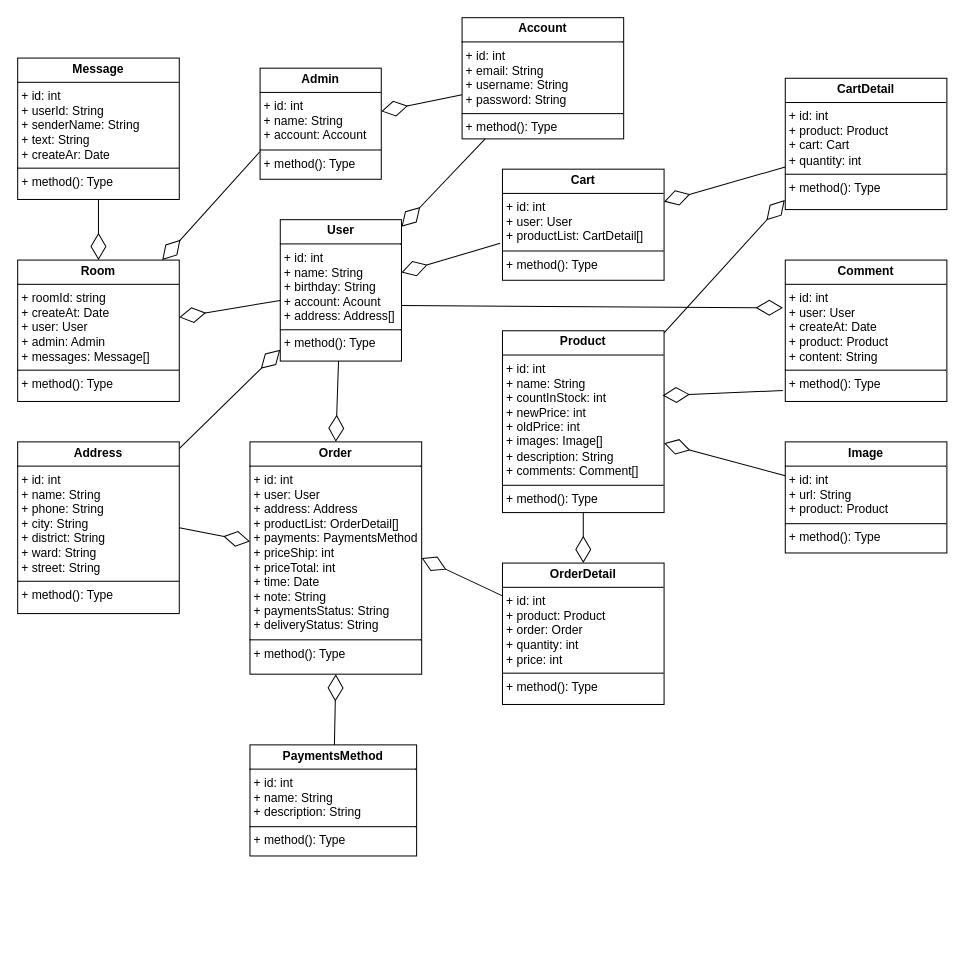
The draw.io diagram Biểu đồ không có tiêu đề.drawio in NhatBui029/backend-ecommerce-react_native, before the edit. Source tidied: cells renumbered, new cells numbered last; positions are measured from the earlier drawing's top-left corner, leaving out a move shared by most shapes. Both pictures are drawn from the tidied source at 101%, with x=0, y=0 at pixel (17, 17).
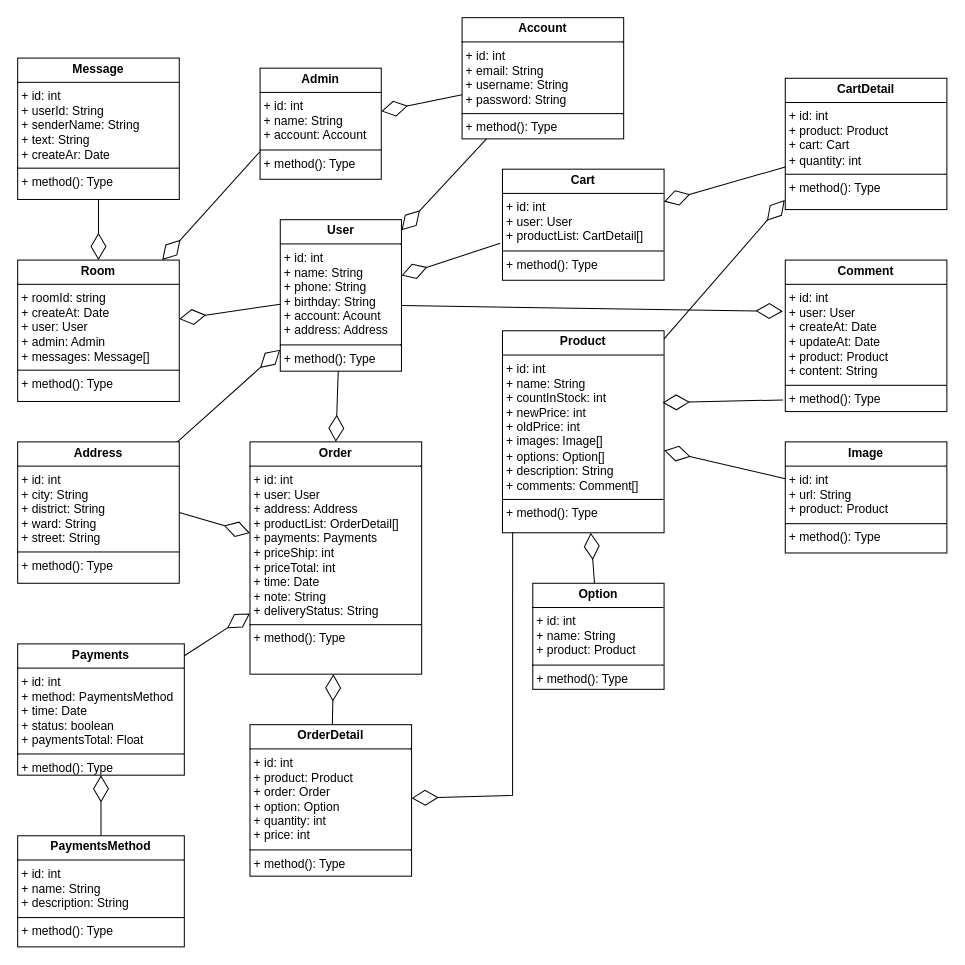
Above is the later version.

Commit message:
Cập nhật Biểu đồ không có tiêu đề.drawio

The edit, as a diff of the source:
```diff
@@
-    <mxCell id="2" value="&lt;p style=&quot;margin:0px;margin-top:4px;text-align:center;&quot;&gt;&lt;b&gt;User&lt;/b&gt;&lt;/p&gt;&lt;hr size=&quot;1&quot; style=&quot;border-style:solid;&quot;&gt;&lt;p style=&quot;margin:0px;margin-left:4px;&quot;&gt;+ id: int&lt;/p&gt;&lt;p style=&quot;margin:0px;margin-left:4px;&quot;&gt;+ name: String&lt;/p&gt;&lt;p style=&quot;margin:0px;margin-left:4px;&quot;&gt;+ birthday: String&lt;/p&gt;&lt;p style=&quot;margin:0px;margin-left:4px;&quot;&gt;+ account: Acount&lt;/p&gt;&lt;p style=&quot;margin:0px;margin-left:4px;&quot;&gt;+ address: Address[]&lt;/p&gt;&lt;hr size=&quot;1&quot; style=&quot;border-style:solid;&quot;&gt;&lt;p style=&quot;margin:0px;margin-left:4px;&quot;&gt;+ method(): Type&lt;/p&gt;" style="verticalAlign=top;align=left;overflow=fill;html=1;whiteSpace=wrap;" parent="1" vertex="1">
-      <mxGeometry x="260" y="200" width="120" height="140" as="geometry" />
+    <mxCell id="2" value="&lt;p style=&quot;margin:0px;margin-top:4px;text-align:center;&quot;&gt;&lt;b&gt;User&lt;/b&gt;&lt;/p&gt;&lt;hr size=&quot;1&quot; style=&quot;border-style:solid;&quot;&gt;&lt;p style=&quot;margin:0px;margin-left:4px;&quot;&gt;+ id: int&lt;/p&gt;&lt;p style=&quot;margin: 0px 0px 0px 4px;&quot;&gt;+ name: String&lt;/p&gt;&lt;p style=&quot;margin: 0px 0px 0px 4px;&quot;&gt;+ phone: String&lt;/p&gt;&lt;p style=&quot;margin:0px;margin-left:4px;&quot;&gt;&lt;span style=&quot;background-color: initial;&quot;&gt;+ birthday: String&lt;/span&gt;&lt;br&gt;&lt;/p&gt;&lt;p style=&quot;margin:0px;margin-left:4px;&quot;&gt;+ account: Acount&lt;/p&gt;&lt;p style=&quot;margin:0px;margin-left:4px;&quot;&gt;+ address: Address&lt;/p&gt;&lt;hr size=&quot;1&quot; style=&quot;border-style:solid;&quot;&gt;&lt;p style=&quot;margin:0px;margin-left:4px;&quot;&gt;+ method(): Type&lt;/p&gt;" style="verticalAlign=top;align=left;overflow=fill;html=1;whiteSpace=wrap;" parent="1" vertex="1">
+      <mxGeometry x="260" y="200" width="120" height="150" as="geometry" />
     </mxCell>
@@
-    <mxCell id="5" value="&lt;p style=&quot;margin:0px;margin-top:4px;text-align:center;&quot;&gt;&lt;b&gt;Product&lt;/b&gt;&lt;/p&gt;&lt;hr size=&quot;1&quot; style=&quot;border-style:solid;&quot;&gt;&lt;p style=&quot;margin:0px;margin-left:4px;&quot;&gt;+ id: int&lt;/p&gt;&lt;p style=&quot;margin:0px;margin-left:4px;&quot;&gt;+ name: String&lt;/p&gt;&lt;p style=&quot;margin:0px;margin-left:4px;&quot;&gt;+ countInStock: int&lt;/p&gt;&lt;p style=&quot;margin:0px;margin-left:4px;&quot;&gt;+ newPrice: int&lt;/p&gt;&lt;p style=&quot;margin:0px;margin-left:4px;&quot;&gt;+ oldPrice: int&lt;/p&gt;&lt;p style=&quot;margin:0px;margin-left:4px;&quot;&gt;+ images: Image[]&lt;/p&gt;&lt;p style=&quot;margin:0px;margin-left:4px;&quot;&gt;+ description: String&lt;/p&gt;&lt;p style=&quot;margin:0px;margin-left:4px;&quot;&gt;+ comments: Comment[]&lt;/p&gt;&lt;hr size=&quot;1&quot; style=&quot;border-style:solid;&quot;&gt;&lt;p style=&quot;margin:0px;margin-left:4px;&quot;&gt;+ method(): Type&lt;/p&gt;" style="verticalAlign=top;align=left;overflow=fill;html=1;whiteSpace=wrap;" parent="1" vertex="1">
-      <mxGeometry x="480" y="310" width="160" height="180" as="geometry" />
+    <mxCell id="5" value="&lt;p style=&quot;margin:0px;margin-top:4px;text-align:center;&quot;&gt;&lt;b&gt;Product&lt;/b&gt;&lt;/p&gt;&lt;hr size=&quot;1&quot; style=&quot;border-style:solid;&quot;&gt;&lt;p style=&quot;margin:0px;margin-left:4px;&quot;&gt;+ id: int&lt;/p&gt;&lt;p style=&quot;margin:0px;margin-left:4px;&quot;&gt;+ name: String&lt;/p&gt;&lt;p style=&quot;margin:0px;margin-left:4px;&quot;&gt;+ countInStock: int&lt;/p&gt;&lt;p style=&quot;margin:0px;margin-left:4px;&quot;&gt;+ newPrice: int&lt;/p&gt;&lt;p style=&quot;margin:0px;margin-left:4px;&quot;&gt;+ oldPrice: int&lt;/p&gt;&lt;p style=&quot;margin:0px;margin-left:4px;&quot;&gt;+ images: Image[]&lt;/p&gt;&lt;p style=&quot;margin:0px;margin-left:4px;&quot;&gt;+ options: Option[]&lt;/p&gt;&lt;p style=&quot;margin:0px;margin-left:4px;&quot;&gt;+ description: String&lt;/p&gt;&lt;p style=&quot;margin:0px;margin-left:4px;&quot;&gt;+ comments: Comment[]&lt;/p&gt;&lt;hr size=&quot;1&quot; style=&quot;border-style:solid;&quot;&gt;&lt;p style=&quot;margin:0px;margin-left:4px;&quot;&gt;+ method(): Type&lt;/p&gt;" style="verticalAlign=top;align=left;overflow=fill;html=1;whiteSpace=wrap;" parent="1" vertex="1">
+      <mxGeometry x="480" y="310" width="160" height="200" as="geometry" />
     </mxCell>
@@
-    <mxCell id="7" value="&lt;p style=&quot;margin:0px;margin-top:4px;text-align:center;&quot;&gt;&lt;b&gt;Order&lt;/b&gt;&lt;/p&gt;&lt;hr size=&quot;1&quot; style=&quot;border-style:solid;&quot;&gt;&lt;p style=&quot;margin:0px;margin-left:4px;&quot;&gt;+ id: int&lt;/p&gt;&lt;p style=&quot;margin:0px;margin-left:4px;&quot;&gt;+ user: User&lt;/p&gt;&lt;p style=&quot;margin:0px;margin-left:4px;&quot;&gt;+ address: Address&lt;/p&gt;&lt;p style=&quot;margin:0px;margin-left:4px;&quot;&gt;+ productList: OrderDetail[]&lt;/p&gt;&lt;p style=&quot;margin:0px;margin-left:4px;&quot;&gt;+ payments: PaymentsMethod&lt;/p&gt;&lt;p style=&quot;margin:0px;margin-left:4px;&quot;&gt;+ priceShip: int&lt;/p&gt;&lt;p style=&quot;margin:0px;margin-left:4px;&quot;&gt;+ priceTotal: int&lt;/p&gt;&lt;p style=&quot;margin:0px;margin-left:4px;&quot;&gt;+ time: Date&lt;/p&gt;&lt;p style=&quot;margin:0px;margin-left:4px;&quot;&gt;+ note: String&lt;/p&gt;&lt;p style=&quot;margin:0px;margin-left:4px;&quot;&gt;+ paymentsStatus: String&lt;/p&gt;&lt;p style=&quot;margin:0px;margin-left:4px;&quot;&gt;+ deliveryStatus: String&lt;/p&gt;&lt;hr size=&quot;1&quot; style=&quot;border-style:solid;&quot;&gt;&lt;p style=&quot;margin:0px;margin-left:4px;&quot;&gt;+ method(): Type&lt;/p&gt;" style="verticalAlign=top;align=left;overflow=fill;html=1;whiteSpace=wrap;" parent="1" vertex="1">
+    <mxCell id="7" value="&lt;p style=&quot;margin:0px;margin-top:4px;text-align:center;&quot;&gt;&lt;b&gt;Order&lt;/b&gt;&lt;/p&gt;&lt;hr size=&quot;1&quot; style=&quot;border-style:solid;&quot;&gt;&lt;p style=&quot;margin:0px;margin-left:4px;&quot;&gt;+ id: int&lt;/p&gt;&lt;p style=&quot;margin:0px;margin-left:4px;&quot;&gt;+ user: User&lt;/p&gt;&lt;p style=&quot;margin:0px;margin-left:4px;&quot;&gt;+ address: Address&lt;/p&gt;&lt;p style=&quot;margin:0px;margin-left:4px;&quot;&gt;+ productList: OrderDetail[]&lt;/p&gt;&lt;p style=&quot;margin:0px;margin-left:4px;&quot;&gt;+ payments: Payments&lt;/p&gt;&lt;p style=&quot;margin:0px;margin-left:4px;&quot;&gt;+ priceShip: int&lt;/p&gt;&lt;p style=&quot;margin:0px;margin-left:4px;&quot;&gt;+ priceTotal: int&lt;/p&gt;&lt;p style=&quot;margin:0px;margin-left:4px;&quot;&gt;+ time: Date&lt;/p&gt;&lt;p style=&quot;margin:0px;margin-left:4px;&quot;&gt;+ note: String&lt;/p&gt;&lt;p style=&quot;margin:0px;margin-left:4px;&quot;&gt;+ deliveryStatus: String&lt;/p&gt;&lt;hr size=&quot;1&quot; style=&quot;border-style:solid;&quot;&gt;&lt;p style=&quot;margin:0px;margin-left:4px;&quot;&gt;+ method(): Type&lt;/p&gt;" style="verticalAlign=top;align=left;overflow=fill;html=1;whiteSpace=wrap;" parent="1" vertex="1">
       <mxGeometry x="230" y="420" width="170" height="230" as="geometry" />
     </mxCell>
-    <mxCell id="8" value="&lt;p style=&quot;margin:0px;margin-top:4px;text-align:center;&quot;&gt;&lt;b&gt;Address&lt;/b&gt;&lt;/p&gt;&lt;hr size=&quot;1&quot; style=&quot;border-style:solid;&quot;&gt;&lt;p style=&quot;margin:0px;margin-left:4px;&quot;&gt;+ id: int&lt;/p&gt;&lt;p style=&quot;margin:0px;margin-left:4px;&quot;&gt;+ name: String&lt;/p&gt;&lt;p style=&quot;margin:0px;margin-left:4px;&quot;&gt;+ phone: String&lt;/p&gt;&lt;p style=&quot;margin:0px;margin-left:4px;&quot;&gt;+ city: String&lt;/p&gt;&lt;p style=&quot;margin:0px;margin-left:4px;&quot;&gt;+ district: String&lt;/p&gt;&lt;p style=&quot;margin:0px;margin-left:4px;&quot;&gt;+ ward: String&lt;/p&gt;&lt;p style=&quot;margin:0px;margin-left:4px;&quot;&gt;+ street: String&lt;/p&gt;&lt;hr size=&quot;1&quot; style=&quot;border-style:solid;&quot;&gt;&lt;p style=&quot;margin:0px;margin-left:4px;&quot;&gt;+ method(): Type&lt;/p&gt;" style="verticalAlign=top;align=left;overflow=fill;html=1;whiteSpace=wrap;" parent="1" vertex="1">
-      <mxGeometry y="420" width="160" height="170" as="geometry" />
+    <mxCell id="8" value="&lt;p style=&quot;margin:0px;margin-top:4px;text-align:center;&quot;&gt;&lt;b&gt;Address&lt;/b&gt;&lt;/p&gt;&lt;hr size=&quot;1&quot; style=&quot;border-style:solid;&quot;&gt;&lt;p style=&quot;margin:0px;margin-left:4px;&quot;&gt;+ id: int&lt;/p&gt;&lt;p style=&quot;margin:0px;margin-left:4px;&quot;&gt;+ city: String&lt;/p&gt;&lt;p style=&quot;margin:0px;margin-left:4px;&quot;&gt;+ district: String&lt;/p&gt;&lt;p style=&quot;margin:0px;margin-left:4px;&quot;&gt;+ ward: String&lt;/p&gt;&lt;p style=&quot;margin:0px;margin-left:4px;&quot;&gt;+ street: String&lt;/p&gt;&lt;hr size=&quot;1&quot; style=&quot;border-style:solid;&quot;&gt;&lt;p style=&quot;margin:0px;margin-left:4px;&quot;&gt;+ method(): Type&lt;/p&gt;" style="verticalAlign=top;align=left;overflow=fill;html=1;whiteSpace=wrap;" parent="1" vertex="1">
+      <mxGeometry y="420" width="160" height="140" as="geometry" />
     </mxCell>
-    <mxCell id="9" value="&lt;p style=&quot;margin:0px;margin-top:4px;text-align:center;&quot;&gt;&lt;b&gt;OrderDetail&lt;/b&gt;&lt;/p&gt;&lt;hr size=&quot;1&quot; style=&quot;border-style:solid;&quot;&gt;&lt;p style=&quot;margin:0px;margin-left:4px;&quot;&gt;+ id: int&lt;/p&gt;&lt;p style=&quot;margin:0px;margin-left:4px;&quot;&gt;+ product: Product&lt;/p&gt;&lt;p style=&quot;margin:0px;margin-left:4px;&quot;&gt;+ order: Order&lt;/p&gt;&lt;p style=&quot;margin:0px;margin-left:4px;&quot;&gt;+ quantity: int&lt;/p&gt;&lt;p style=&quot;margin:0px;margin-left:4px;&quot;&gt;+ price: int&lt;/p&gt;&lt;hr size=&quot;1&quot; style=&quot;border-style:solid;&quot;&gt;&lt;p style=&quot;margin:0px;margin-left:4px;&quot;&gt;+ method(): Type&lt;/p&gt;" style="verticalAlign=top;align=left;overflow=fill;html=1;whiteSpace=wrap;" parent="1" vertex="1">
-      <mxGeometry x="480" y="540" width="160" height="140" as="geometry" />
+    <mxCell id="9" value="&lt;p style=&quot;margin:0px;margin-top:4px;text-align:center;&quot;&gt;&lt;b&gt;OrderDetail&lt;/b&gt;&lt;/p&gt;&lt;hr size=&quot;1&quot; style=&quot;border-style:solid;&quot;&gt;&lt;p style=&quot;margin:0px;margin-left:4px;&quot;&gt;+ id: int&lt;/p&gt;&lt;p style=&quot;margin:0px;margin-left:4px;&quot;&gt;+ product: Product&lt;/p&gt;&lt;p style=&quot;margin:0px;margin-left:4px;&quot;&gt;+ order: Order&lt;/p&gt;&lt;p style=&quot;margin:0px;margin-left:4px;&quot;&gt;+ option: Option&lt;/p&gt;&lt;p style=&quot;margin:0px;margin-left:4px;&quot;&gt;+ quantity: int&lt;/p&gt;&lt;p style=&quot;margin:0px;margin-left:4px;&quot;&gt;+ price: int&lt;/p&gt;&lt;hr size=&quot;1&quot; style=&quot;border-style:solid;&quot;&gt;&lt;p style=&quot;margin:0px;margin-left:4px;&quot;&gt;+ method(): Type&lt;/p&gt;" style="verticalAlign=top;align=left;overflow=fill;html=1;whiteSpace=wrap;" parent="1" vertex="1">
+      <mxGeometry x="230" y="700" width="160" height="150" as="geometry" />
     </mxCell>
@@
-    <mxCell id="16" style="endArrow=diamondThin;endFill=0;endSize=24;html=1;rounded=0;exitX=0.5;exitY=1;exitDx=0;exitDy=0;" parent="1" edge="1" source="5" target="9">
-      <mxGeometry relative="1" as="geometry" />
+    <mxCell id="16" style="endArrow=diamondThin;endFill=0;endSize=24;html=1;rounded=0;exitX=0.063;exitY=0.998;exitDx=0;exitDy=0;exitPerimeter=0;" parent="1" edge="1" source="5" target="9">
+      <mxGeometry relative="1" as="geometry">
+        <Array as="points">
+          <mxPoint x="490" y="770" />
+        </Array>
+      </mxGeometry>
     </mxCell>
-    <mxCell id="17" style="endArrow=diamondThin;endFill=0;endSize=24;html=1;rounded=0;entryX=1;entryY=0.5;entryDx=0;entryDy=0;" parent="1" edge="1" source="9" target="7">
+    <mxCell id="17" style="endArrow=diamondThin;endFill=0;endSize=24;html=1;rounded=0;" parent="1" edge="1" source="9" target="7">
       <mxGeometry relative="1" as="geometry" />
     </mxCell>
@@
-    <mxCell id="28" value="&lt;p style=&quot;margin:0px;margin-top:4px;text-align:center;&quot;&gt;&lt;b&gt;PaymentsMethod&lt;/b&gt;&lt;/p&gt;&lt;hr size=&quot;1&quot; style=&quot;border-style:solid;&quot;&gt;&lt;p style=&quot;margin:0px;margin-left:4px;&quot;&gt;+ id: int&lt;/p&gt;&lt;p style=&quot;margin:0px;margin-left:4px;&quot;&gt;+ name: String&lt;/p&gt;&lt;p style=&quot;margin:0px;margin-left:4px;&quot;&gt;+ description: String&lt;/p&gt;&lt;hr size=&quot;1&quot; style=&quot;border-style:solid;&quot;&gt;&lt;p style=&quot;margin:0px;margin-left:4px;&quot;&gt;+ method(): Type&lt;/p&gt;" style="verticalAlign=top;align=left;overflow=fill;html=1;whiteSpace=wrap;" parent="1" vertex="1">
-      <mxGeometry x="230" y="720" width="165" height="110" as="geometry" />
+    <mxCell id="28" value="&lt;p style=&quot;margin:0px;margin-top:4px;text-align:center;&quot;&gt;&lt;b&gt;Payments&lt;/b&gt;&lt;/p&gt;&lt;hr size=&quot;1&quot; style=&quot;border-style:solid;&quot;&gt;&lt;p style=&quot;margin:0px;margin-left:4px;&quot;&gt;+ id: int&lt;/p&gt;&lt;p style=&quot;margin:0px;margin-left:4px;&quot;&gt;+ method: PaymentsMethod&lt;/p&gt;&lt;p style=&quot;margin:0px;margin-left:4px;&quot;&gt;+ time: Date&lt;/p&gt;&lt;p style=&quot;margin:0px;margin-left:4px;&quot;&gt;+ status: boolean&lt;br&gt;&lt;/p&gt;&lt;p style=&quot;margin:0px;margin-left:4px;&quot;&gt;+ paymentsTotal: Float&lt;/p&gt;&lt;hr size=&quot;1&quot; style=&quot;border-style:solid;&quot;&gt;&lt;p style=&quot;margin:0px;margin-left:4px;&quot;&gt;+ method(): Type&lt;/p&gt;" style="verticalAlign=top;align=left;overflow=fill;html=1;whiteSpace=wrap;" parent="1" vertex="1">
+      <mxGeometry y="620" width="165" height="130" as="geometry" />
     </mxCell>
-    <mxCell id="29" style="endArrow=diamondThin;endFill=0;endSize=24;html=1;rounded=0;entryX=0.5;entryY=1;entryDx=0;entryDy=0;" parent="1" edge="1" source="28" target="7">
+    <mxCell id="29" style="endArrow=diamondThin;endFill=0;endSize=24;html=1;rounded=0;" parent="1" edge="1" source="28" target="7">
       <mxGeometry relative="1" as="geometry" />
     </mxCell>
-    <mxCell id="30" value="&lt;p style=&quot;margin:0px;margin-top:4px;text-align:center;&quot;&gt;&lt;b&gt;Comment&lt;/b&gt;&lt;/p&gt;&lt;hr size=&quot;1&quot; style=&quot;border-style:solid;&quot;&gt;&lt;p style=&quot;margin:0px;margin-left:4px;&quot;&gt;+ id: int&lt;/p&gt;&lt;p style=&quot;margin:0px;margin-left:4px;&quot;&gt;+ user: User&lt;/p&gt;&lt;p style=&quot;margin:0px;margin-left:4px;&quot;&gt;+ createAt: Date&lt;/p&gt;&lt;p style=&quot;margin:0px;margin-left:4px;&quot;&gt;+ product: Product&lt;/p&gt;&lt;p style=&quot;margin:0px;margin-left:4px;&quot;&gt;+ content: String&lt;/p&gt;&lt;hr size=&quot;1&quot; style=&quot;border-style:solid;&quot;&gt;&lt;p style=&quot;margin:0px;margin-left:4px;&quot;&gt;+ method(): Type&lt;/p&gt;" style="verticalAlign=top;align=left;overflow=fill;html=1;whiteSpace=wrap;" parent="1" vertex="1">
-      <mxGeometry x="760" y="240" width="160" height="140" as="geometry" />
+    <mxCell id="30" value="&lt;p style=&quot;margin:0px;margin-top:4px;text-align:center;&quot;&gt;&lt;b&gt;Comment&lt;/b&gt;&lt;/p&gt;&lt;hr size=&quot;1&quot; style=&quot;border-style:solid;&quot;&gt;&lt;p style=&quot;margin:0px;margin-left:4px;&quot;&gt;+ id: int&lt;/p&gt;&lt;p style=&quot;margin:0px;margin-left:4px;&quot;&gt;+ user: User&lt;/p&gt;&lt;p style=&quot;margin:0px;margin-left:4px;&quot;&gt;+ createAt: Date&lt;/p&gt;&lt;p style=&quot;margin:0px;margin-left:4px;&quot;&gt;+ updateAt: Date&lt;/p&gt;&lt;p style=&quot;margin:0px;margin-left:4px;&quot;&gt;+ product: Product&lt;/p&gt;&lt;p style=&quot;margin:0px;margin-left:4px;&quot;&gt;+ content: String&lt;/p&gt;&lt;hr size=&quot;1&quot; style=&quot;border-style:solid;&quot;&gt;&lt;p style=&quot;margin:0px;margin-left:4px;&quot;&gt;+ method(): Type&lt;/p&gt;" style="verticalAlign=top;align=left;overflow=fill;html=1;whiteSpace=wrap;" parent="1" vertex="1">
+      <mxGeometry x="760" y="240" width="160" height="150" as="geometry" />
     </mxCell>
@@
+    <mxCell id="33" value="&lt;p style=&quot;margin:0px;margin-top:4px;text-align:center;&quot;&gt;&lt;b&gt;Option&lt;/b&gt;&lt;/p&gt;&lt;hr size=&quot;1&quot; style=&quot;border-style:solid;&quot;&gt;&lt;p style=&quot;margin:0px;margin-left:4px;&quot;&gt;+ id: int&lt;/p&gt;&lt;p style=&quot;margin:0px;margin-left:4px;&quot;&gt;+ name: String&lt;/p&gt;&lt;p style=&quot;margin:0px;margin-left:4px;&quot;&gt;+ product: Product&lt;/p&gt;&lt;hr size=&quot;1&quot; style=&quot;border-style:solid;&quot;&gt;&lt;p style=&quot;margin:0px;margin-left:4px;&quot;&gt;+ method(): Type&lt;/p&gt;" style="verticalAlign=top;align=left;overflow=fill;html=1;whiteSpace=wrap;" parent="1" vertex="1">
+      <mxGeometry x="510" y="560" width="130" height="105" as="geometry" />
+    </mxCell>
+    <mxCell id="34" style="endArrow=diamondThin;endFill=0;endSize=24;html=1;rounded=0;" parent="1" edge="1" source="33" target="5">
+      <mxGeometry relative="1" as="geometry" />
+    </mxCell>
+    <mxCell id="35" value="&lt;p style=&quot;margin:0px;margin-top:4px;text-align:center;&quot;&gt;&lt;b&gt;PaymentsMethod&lt;/b&gt;&lt;/p&gt;&lt;hr size=&quot;1&quot; style=&quot;border-style:solid;&quot;&gt;&lt;p style=&quot;margin:0px;margin-left:4px;&quot;&gt;+ id: int&lt;/p&gt;&lt;p style=&quot;margin:0px;margin-left:4px;&quot;&gt;+ name: String&lt;/p&gt;&lt;p style=&quot;margin:0px;margin-left:4px;&quot;&gt;+ description: String&lt;/p&gt;&lt;hr size=&quot;1&quot; style=&quot;border-style:solid;&quot;&gt;&lt;p style=&quot;margin:0px;margin-left:4px;&quot;&gt;+ method(): Type&lt;/p&gt;" style="verticalAlign=top;align=left;overflow=fill;html=1;whiteSpace=wrap;" parent="1" vertex="1">
+      <mxGeometry y="810" width="165" height="110" as="geometry" />
+    </mxCell>
+    <mxCell id="36" style="endArrow=diamondThin;endFill=0;endSize=24;html=1;rounded=0;" parent="1" edge="1" source="35" target="28">
+      <mxGeometry relative="1" as="geometry" />
+    </mxCell>
```
